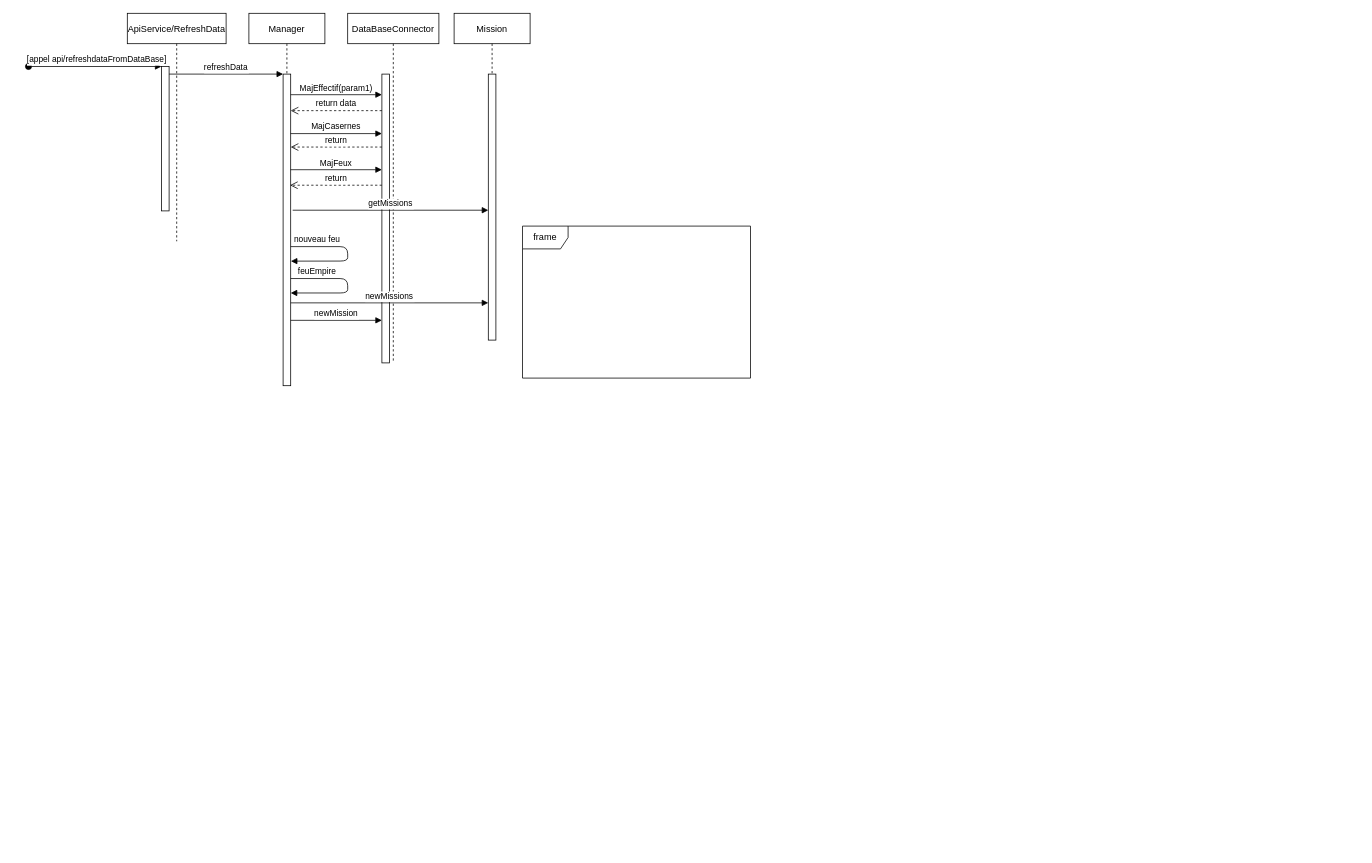
This is UML/Diagramme de sequence Emmergency manager.drawio from Emile-Bergin/S7-ProjetScientifique, a draw.io file, before an edit. Source tidied: cells renumbered, new cells numbered last; positions are measured from the earlier drawing's top-left corner, leaving out a move shared by most shapes. Both pictures are drawn from the tidied source at 76%, with x=0, y=0 at pixel (28, 13).
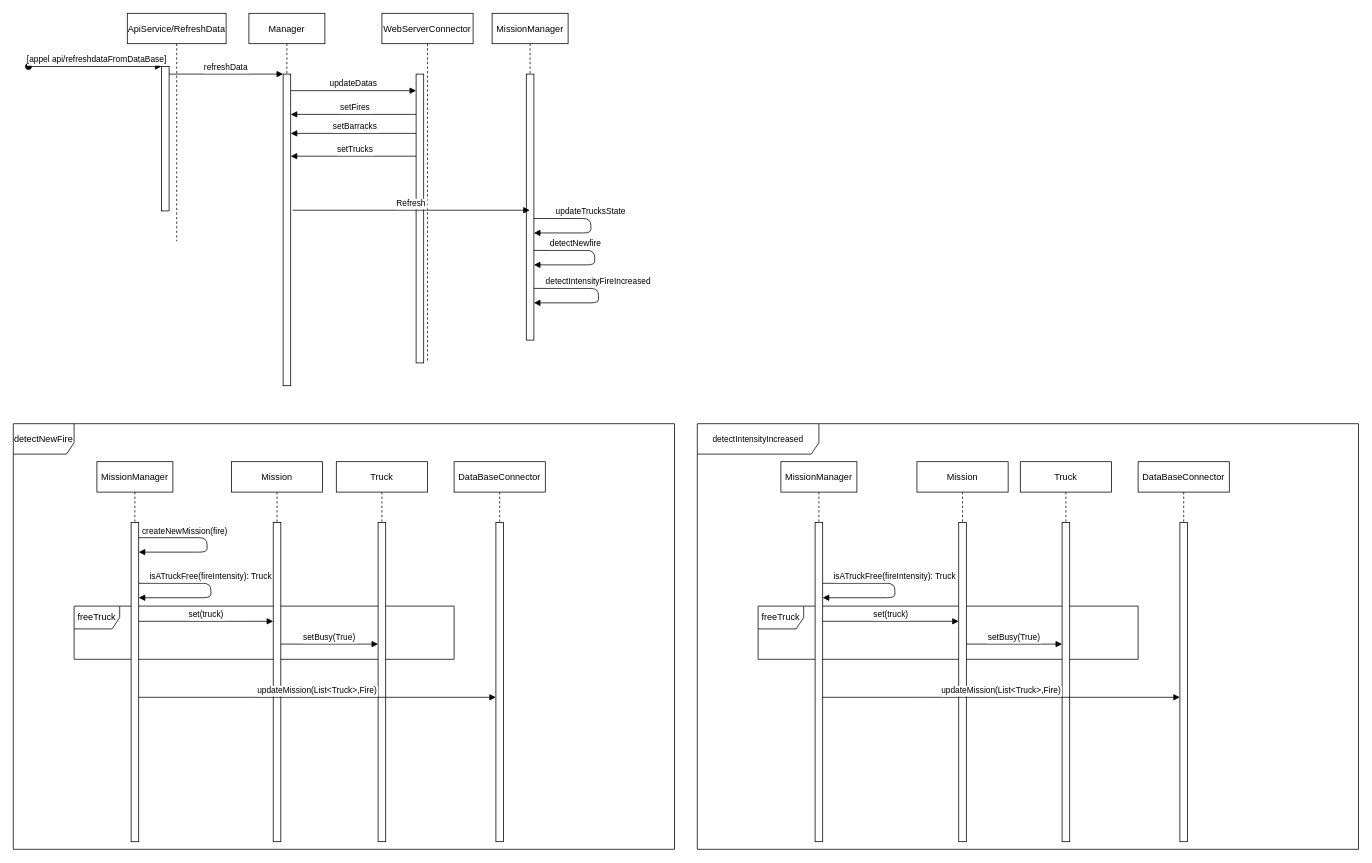
After the change.

Unchanged cells that the change refers to:
```xml
<mxCell id="5" value="Manager" style="shape=umlLifeline;perimeter=lifelinePerimeter;rounded=0;shadow=0;strokeWidth=1;" parent="1" vertex="1">
  <mxGeometry x="290" width="100" height="490" as="geometry" />
</mxCell>
<mxCell id="6" style="points=[];perimeter=orthogonalPerimeter;rounded=0;shadow=0;strokeWidth=1;" parent="5" vertex="1">
  <mxGeometry x="45" y="80" width="10" height="410" as="geometry" />
</mxCell>
<mxCell id="11" style="points=[];perimeter=orthogonalPerimeter;rounded=0;shadow=0;strokeWidth=1;" parent="10" vertex="1">
  <mxGeometry x="45" y="80" width="10" height="380" as="geometry" />
</mxCell>
<mxCell id="19" style="points=[];perimeter=orthogonalPerimeter;rounded=0;shadow=0;strokeWidth=1;" parent="18" vertex="1">
  <mxGeometry x="45" y="80" width="10" height="350" as="geometry" />
</mxCell>
```

Diff of the diagram source:
```diff
@@
+    <mxCell id="24" value="detectNewFire" style="shape=umlFrame;whiteSpace=wrap;html=1;width=80;height=40;" parent="1" vertex="1">
+      <mxGeometry x="-20" y="540" width="870" height="560" as="geometry" />
+    </mxCell>
+    <mxCell id="25" value="freeTruck" style="shape=umlFrame;whiteSpace=wrap;html=1;" parent="1" vertex="1">
+      <mxGeometry x="60" y="780" width="500" height="70" as="geometry" />
+    </mxCell>
@@
-    <mxCell id="7" value="nouveau feu" style="verticalAlign=bottom;endArrow=block;shadow=0;strokeWidth=1;entryX=1.02;entryY=0.909;entryDx=0;entryDy=0;entryPerimeter=0;" parent="5" edge="1">
-      <mxGeometry x="-0.59" relative="1" as="geometry">
-        <mxPoint x="55" y="307" as="sourcePoint" />
-        <mxPoint x="55.2" y="326.1" as="targetPoint" />
-        <Array as="points">
-          <mxPoint x="130" y="307" />
-          <mxPoint x="130" y="326" />
-        </Array>
-      </mxGeometry>
-    </mxCell>
-    <mxCell id="8" value="feuEmpire" style="verticalAlign=bottom;endArrow=block;shadow=0;strokeWidth=1;" parent="5" edge="1" source="6" target="6">
-      <mxGeometry x="-0.59" relative="1" as="geometry">
-        <Array as="points">
-          <mxPoint x="130" y="349" />
-          <mxPoint x="130" y="368" />
-        </Array>
-      </mxGeometry>
-    </mxCell>
@@
-    <mxCell id="10" value="DataBaseConnector" style="shape=umlLifeline;perimeter=lifelinePerimeter;rounded=0;shadow=0;strokeWidth=1;" parent="1" vertex="1">
-      <mxGeometry x="420" width="120" height="460" as="geometry" />
+    <mxCell id="10" value="WebServerConnector" style="shape=umlLifeline;perimeter=lifelinePerimeter;rounded=0;shadow=0;strokeWidth=1;" parent="1" vertex="1">
+      <mxGeometry x="465" width="120" height="460" as="geometry" />
     </mxCell>
@@
-    <mxCell id="12" value="MajEffectif(param1)" style="verticalAlign=bottom;endArrow=block;shadow=0;strokeWidth=1;exitX=0.997;exitY=0.089;exitDx=0;exitDy=0;exitPerimeter=0;" parent="1" edge="1" target="11">
-      <mxGeometry relative="1" as="geometry">
-        <mxPoint x="345" y="107.1" as="sourcePoint" />
-      </mxGeometry>
-    </mxCell>
-    <mxCell id="13" value="MajCasernes" style="verticalAlign=bottom;endArrow=block;shadow=0;strokeWidth=1;exitX=0.979;exitY=0.252;exitDx=0;exitDy=0;exitPerimeter=0;" parent="1" edge="1" target="11">
-      <mxGeometry relative="1" as="geometry">
-        <mxPoint x="344.8" y="158.3" as="sourcePoint" />
-      </mxGeometry>
-    </mxCell>
-    <mxCell id="14" value="MajFeux" style="verticalAlign=bottom;endArrow=block;shadow=0;strokeWidth=1;exitX=0.979;exitY=0.374;exitDx=0;exitDy=0;exitPerimeter=0;" parent="1" edge="1" target="11">
+    <mxCell id="14" value="updateDatas" style="verticalAlign=bottom;endArrow=block;shadow=0;strokeWidth=1;exitX=0.979;exitY=0.374;exitDx=0;exitDy=0;exitPerimeter=0;" parent="1" edge="1">
       <mxGeometry relative="1" as="geometry">
-        <mxPoint x="344.8" y="205.8" as="sourcePoint" />
+        <mxPoint x="344.8" y="101.8" as="sourcePoint" />
+        <mxPoint x="510" y="101.8" as="targetPoint" />
       </mxGeometry>
     </mxCell>
-    <mxCell id="15" value="return data" style="verticalAlign=bottom;endArrow=open;dashed=1;endSize=8;shadow=0;strokeWidth=1;" parent="1" edge="1" source="11">
-      <mxGeometry relative="1" as="geometry">
-        <mxPoint x="345" y="128.1" as="targetPoint" />
-      </mxGeometry>
-    </mxCell>
-    <mxCell id="16" value="return" style="verticalAlign=bottom;endArrow=open;dashed=1;endSize=8;shadow=0;strokeWidth=1;" parent="1" edge="1" source="11">
-      <mxGeometry relative="1" as="geometry">
-        <mxPoint x="345" y="176" as="targetPoint" />
-      </mxGeometry>
-    </mxCell>
-    <mxCell id="17" value="return" style="verticalAlign=bottom;endArrow=open;dashed=1;endSize=8;shadow=0;strokeWidth=1;entryX=0.906;entryY=0.745;entryDx=0;entryDy=0;entryPerimeter=0;" parent="1" edge="1" source="11">
-      <mxGeometry relative="1" as="geometry">
-        <mxPoint x="344.1" y="226.2" as="targetPoint" />
-      </mxGeometry>
-    </mxCell>
-    <mxCell id="18" value="Mission" style="shape=umlLifeline;perimeter=lifelinePerimeter;rounded=0;shadow=0;strokeWidth=1;" parent="1" vertex="1">
-      <mxGeometry x="560" width="100" height="430" as="geometry" />
+    <mxCell id="18" value="MissionManager" style="shape=umlLifeline;perimeter=lifelinePerimeter;rounded=0;shadow=0;strokeWidth=1;" parent="1" vertex="1">
+      <mxGeometry x="610" width="100" height="430" as="geometry" />
     </mxCell>
@@
-    <mxCell id="20" value="newMissions" style="verticalAlign=bottom;endArrow=block;shadow=0;strokeWidth=1;" parent="1" edge="1">
-      <mxGeometry relative="1" as="geometry">
-        <mxPoint x="345" y="381" as="sourcePoint" />
-        <mxPoint x="605" y="381" as="targetPoint" />
-      </mxGeometry>
-    </mxCell>
-    <mxCell id="21" value="newMission" style="verticalAlign=bottom;endArrow=block;shadow=0;strokeWidth=1;" parent="1" edge="1">
-      <mxGeometry relative="1" as="geometry">
-        <mxPoint x="345" y="404" as="sourcePoint" />
-        <mxPoint x="465" y="404" as="targetPoint" />
-      </mxGeometry>
-    </mxCell>
+    <mxCell id="26" value="detectNewfire" style="verticalAlign=bottom;endArrow=block;shadow=0;strokeWidth=1;" parent="18" edge="1">
+      <mxGeometry x="-0.39" relative="1" as="geometry">
+        <mxPoint x="55" y="312" as="sourcePoint" />
+        <mxPoint x="55" y="331" as="targetPoint" />
+        <Array as="points">
+          <mxPoint x="135" y="312" />
+          <mxPoint x="135" y="331" />
+        </Array>
+      </mxGeometry>
+    </mxCell>
+    <mxCell id="27" value="detectIntensityFireIncreased" style="verticalAlign=bottom;endArrow=block;shadow=0;strokeWidth=1;" parent="18" edge="1">
+      <mxGeometry x="-0.1" relative="1" as="geometry">
+        <mxPoint x="55" y="362" as="sourcePoint" />
+        <mxPoint x="55" y="381" as="targetPoint" />
+        <Array as="points">
+          <mxPoint x="140" y="362" />
+          <mxPoint x="140" y="381" />
+        </Array>
+      </mxGeometry>
+    </mxCell>
+    <mxCell id="28" value="updateTrucksState" style="verticalAlign=bottom;endArrow=block;shadow=0;strokeWidth=1;" parent="18" edge="1" source="19" target="19">
+      <mxGeometry x="-0.11" relative="1" as="geometry">
+        <Array as="points">
+          <mxPoint x="130" y="270" />
+          <mxPoint x="130" y="289" />
+        </Array>
+      </mxGeometry>
+    </mxCell>
-    <mxCell id="22" value="getMissions" style="verticalAlign=bottom;endArrow=block;shadow=0;strokeWidth=1;exitX=1.257;exitY=0.493;exitDx=0;exitDy=0;exitPerimeter=0;" parent="1" edge="1">
+    <mxCell id="22" value="Refresh" style="verticalAlign=bottom;endArrow=block;shadow=0;strokeWidth=1;exitX=1.257;exitY=0.493;exitDx=0;exitDy=0;exitPerimeter=0;" parent="1" edge="1" target="18">
       <mxGeometry relative="1" as="geometry">
         <mxPoint x="347.6" y="259.1" as="sourcePoint" />
-        <mxPoint x="605" y="259.1" as="targetPoint" />
       </mxGeometry>
     </mxCell>
-    <mxCell id="23" value="frame" style="shape=umlFrame;whiteSpace=wrap;html=1;" parent="1" vertex="1">
-      <mxGeometry x="650" y="280" width="300" height="200" as="geometry" />
-    </mxCell>
+    <mxCell id="29" value="setFires" style="verticalAlign=bottom;endArrow=block;shadow=0;strokeWidth=1;" parent="1" edge="1">
+      <mxGeometry x="-0.03" relative="1" as="geometry">
+        <mxPoint x="510" y="133" as="sourcePoint" />
+        <mxPoint x="345" y="133" as="targetPoint" />
+      </mxGeometry>
+    </mxCell>
+    <mxCell id="30" value="setBarracks" style="verticalAlign=bottom;endArrow=block;shadow=0;strokeWidth=1;fontStyle=0;" parent="1" edge="1">
+      <mxGeometry x="-0.03" relative="1" as="geometry">
+        <mxPoint x="510" y="158" as="sourcePoint" />
+        <mxPoint x="345" y="158" as="targetPoint" />
+      </mxGeometry>
+    </mxCell>
+    <mxCell id="31" value="setTrucks" style="verticalAlign=bottom;endArrow=block;shadow=0;strokeWidth=1;fontStyle=0;" parent="1" edge="1">
+      <mxGeometry x="-0.03" relative="1" as="geometry">
+        <mxPoint x="510" y="188" as="sourcePoint" />
+        <mxPoint x="345" y="188" as="targetPoint" />
+      </mxGeometry>
+    </mxCell>
+    <mxCell id="32" value="MissionManager" style="shape=umlLifeline;perimeter=lifelinePerimeter;rounded=0;shadow=0;strokeWidth=1;" parent="1" vertex="1">
+      <mxGeometry x="90" y="590" width="100" height="500" as="geometry" />
+    </mxCell>
+    <mxCell id="33" style="points=[];perimeter=orthogonalPerimeter;rounded=0;shadow=0;strokeWidth=1;" parent="32" vertex="1">
+      <mxGeometry x="45" y="80" width="10" height="420" as="geometry" />
+    </mxCell>
+    <mxCell id="34" value="createNewMission(fire)" style="verticalAlign=bottom;endArrow=block;shadow=0;strokeWidth=1;" parent="32" edge="1" source="33" target="33">
+      <mxGeometry x="-0.39" relative="1" as="geometry">
+        <Array as="points">
+          <mxPoint x="145" y="100" />
+          <mxPoint x="145" y="119" />
+        </Array>
+      </mxGeometry>
+    </mxCell>
+    <mxCell id="35" value="isATruckFree(fireIntensity): Truck" style="verticalAlign=bottom;endArrow=block;shadow=0;strokeWidth=1;" parent="32" edge="1" source="33" target="33">
+      <mxGeometry x="-0.09" relative="1" as="geometry">
+        <Array as="points">
+          <mxPoint x="150" y="160" />
+          <mxPoint x="150" y="179" />
+        </Array>
+      </mxGeometry>
+    </mxCell>
+    <mxCell id="36" value="Truck" style="shape=umlLifeline;perimeter=lifelinePerimeter;rounded=0;shadow=0;strokeWidth=1;" parent="1" vertex="1">
+      <mxGeometry x="405" y="590" width="120" height="500" as="geometry" />
+    </mxCell>
+    <mxCell id="37" style="points=[];perimeter=orthogonalPerimeter;rounded=0;shadow=0;strokeWidth=1;" parent="36" vertex="1">
+      <mxGeometry x="55" y="80" width="10" height="420" as="geometry" />
+    </mxCell>
+    <mxCell id="38" value="Mission" style="shape=umlLifeline;perimeter=lifelinePerimeter;rounded=0;shadow=0;strokeWidth=1;" parent="1" vertex="1">
+      <mxGeometry x="267" y="590" width="120" height="500" as="geometry" />
+    </mxCell>
+    <mxCell id="39" style="points=[];perimeter=orthogonalPerimeter;rounded=0;shadow=0;strokeWidth=1;" parent="38" vertex="1">
+      <mxGeometry x="55" y="80" width="10" height="420" as="geometry" />
+    </mxCell>
+    <mxCell id="40" value="set(truck)" style="verticalAlign=bottom;endArrow=block;shadow=0;strokeWidth=1;" parent="1" edge="1" source="33" target="39">
+      <mxGeometry relative="1" as="geometry">
+        <Array as="points">
+          <mxPoint x="270" y="800" />
+        </Array>
+      </mxGeometry>
+    </mxCell>
+    <mxCell id="41" value="DataBaseConnector" style="shape=umlLifeline;perimeter=lifelinePerimeter;rounded=0;shadow=0;strokeWidth=1;" parent="1" vertex="1">
+      <mxGeometry x="560" y="590" width="120" height="500" as="geometry" />
+    </mxCell>
+    <mxCell id="42" style="points=[];perimeter=orthogonalPerimeter;rounded=0;shadow=0;strokeWidth=1;" parent="41" vertex="1">
+      <mxGeometry x="55" y="80" width="10" height="420" as="geometry" />
+    </mxCell>
+    <mxCell id="43" value="setBusy(True)" style="verticalAlign=bottom;endArrow=block;shadow=0;strokeWidth=1;" parent="1" edge="1" source="39" target="37">
+      <mxGeometry relative="1" as="geometry">
+        <Array as="points">
+          <mxPoint x="455" y="830" />
+        </Array>
+      </mxGeometry>
+    </mxCell>
+    <mxCell id="44" value="updateMission(List&lt;Truck&gt;,Fire)" style="verticalAlign=bottom;endArrow=block;shadow=0;strokeWidth=1;" parent="1" edge="1" source="33" target="42">
+      <mxGeometry relative="1" as="geometry">
+        <Array as="points">
+          <mxPoint x="280" y="900" />
+        </Array>
+      </mxGeometry>
+    </mxCell>
+    <mxCell id="45" value="&lt;span style=&quot;font-size: 11px ; background-color: rgb(255 , 255 , 255)&quot;&gt;detectIntensityIncreased&lt;/span&gt;" style="shape=umlFrame;whiteSpace=wrap;html=1;width=160;height=40;" parent="1" vertex="1">
+      <mxGeometry x="880" y="540" width="870" height="560" as="geometry" />
+    </mxCell>
+    <mxCell id="46" value="freeTruck" style="shape=umlFrame;whiteSpace=wrap;html=1;" parent="1" vertex="1">
+      <mxGeometry x="960" y="780" width="500" height="70" as="geometry" />
+    </mxCell>
+    <mxCell id="47" value="MissionManager" style="shape=umlLifeline;perimeter=lifelinePerimeter;rounded=0;shadow=0;strokeWidth=1;" parent="1" vertex="1">
+      <mxGeometry x="990" y="590" width="100" height="500" as="geometry" />
+    </mxCell>
+    <mxCell id="48" style="points=[];perimeter=orthogonalPerimeter;rounded=0;shadow=0;strokeWidth=1;" parent="47" vertex="1">
+      <mxGeometry x="45" y="80" width="10" height="420" as="geometry" />
+    </mxCell>
+    <mxCell id="49" value="isATruckFree(fireIntensity): Truck" style="verticalAlign=bottom;endArrow=block;shadow=0;strokeWidth=1;" parent="47" edge="1" source="48" target="48">
+      <mxGeometry x="-0.09" relative="1" as="geometry">
+        <Array as="points">
+          <mxPoint x="150" y="160" />
+          <mxPoint x="150" y="179" />
+        </Array>
+      </mxGeometry>
+    </mxCell>
+    <mxCell id="50" value="Truck" style="shape=umlLifeline;perimeter=lifelinePerimeter;rounded=0;shadow=0;strokeWidth=1;" parent="1" vertex="1">
+      <mxGeometry x="1305" y="590" width="120" height="500" as="geometry" />
+    </mxCell>
+    <mxCell id="51" style="points=[];perimeter=orthogonalPerimeter;rounded=0;shadow=0;strokeWidth=1;" parent="50" vertex="1">
+      <mxGeometry x="55" y="80" width="10" height="420" as="geometry" />
+    </mxCell>
+    <mxCell id="52" value="Mission" style="shape=umlLifeline;perimeter=lifelinePerimeter;rounded=0;shadow=0;strokeWidth=1;" parent="1" vertex="1">
+      <mxGeometry x="1169" y="590" width="120" height="500" as="geometry" />
+    </mxCell>
+    <mxCell id="53" style="points=[];perimeter=orthogonalPerimeter;rounded=0;shadow=0;strokeWidth=1;" parent="52" vertex="1">
+      <mxGeometry x="55" y="80" width="10" height="420" as="geometry" />
+    </mxCell>
+    <mxCell id="54" value="set(truck)" style="verticalAlign=bottom;endArrow=block;shadow=0;strokeWidth=1;" parent="1" edge="1" source="48" target="53">
+      <mxGeometry relative="1" as="geometry">
+        <Array as="points">
+          <mxPoint x="1170" y="800" />
+        </Array>
+      </mxGeometry>
+    </mxCell>
+    <mxCell id="55" value="DataBaseConnector" style="shape=umlLifeline;perimeter=lifelinePerimeter;rounded=0;shadow=0;strokeWidth=1;" parent="1" vertex="1">
+      <mxGeometry x="1460" y="590" width="120" height="500" as="geometry" />
+    </mxCell>
+    <mxCell id="56" style="points=[];perimeter=orthogonalPerimeter;rounded=0;shadow=0;strokeWidth=1;" parent="55" vertex="1">
+      <mxGeometry x="55" y="80" width="10" height="420" as="geometry" />
+    </mxCell>
+    <mxCell id="57" value="setBusy(True)" style="verticalAlign=bottom;endArrow=block;shadow=0;strokeWidth=1;" parent="1" edge="1" source="53" target="51">
+      <mxGeometry relative="1" as="geometry">
+        <Array as="points">
+          <mxPoint x="1355" y="830" />
+        </Array>
+      </mxGeometry>
+    </mxCell>
+    <mxCell id="58" value="updateMission(List&lt;Truck&gt;,Fire)" style="verticalAlign=bottom;endArrow=block;shadow=0;strokeWidth=1;" parent="1" edge="1" source="48" target="56">
+      <mxGeometry relative="1" as="geometry">
+        <Array as="points">
+          <mxPoint x="1180" y="900" />
+        </Array>
+      </mxGeometry>
+    </mxCell>
```
